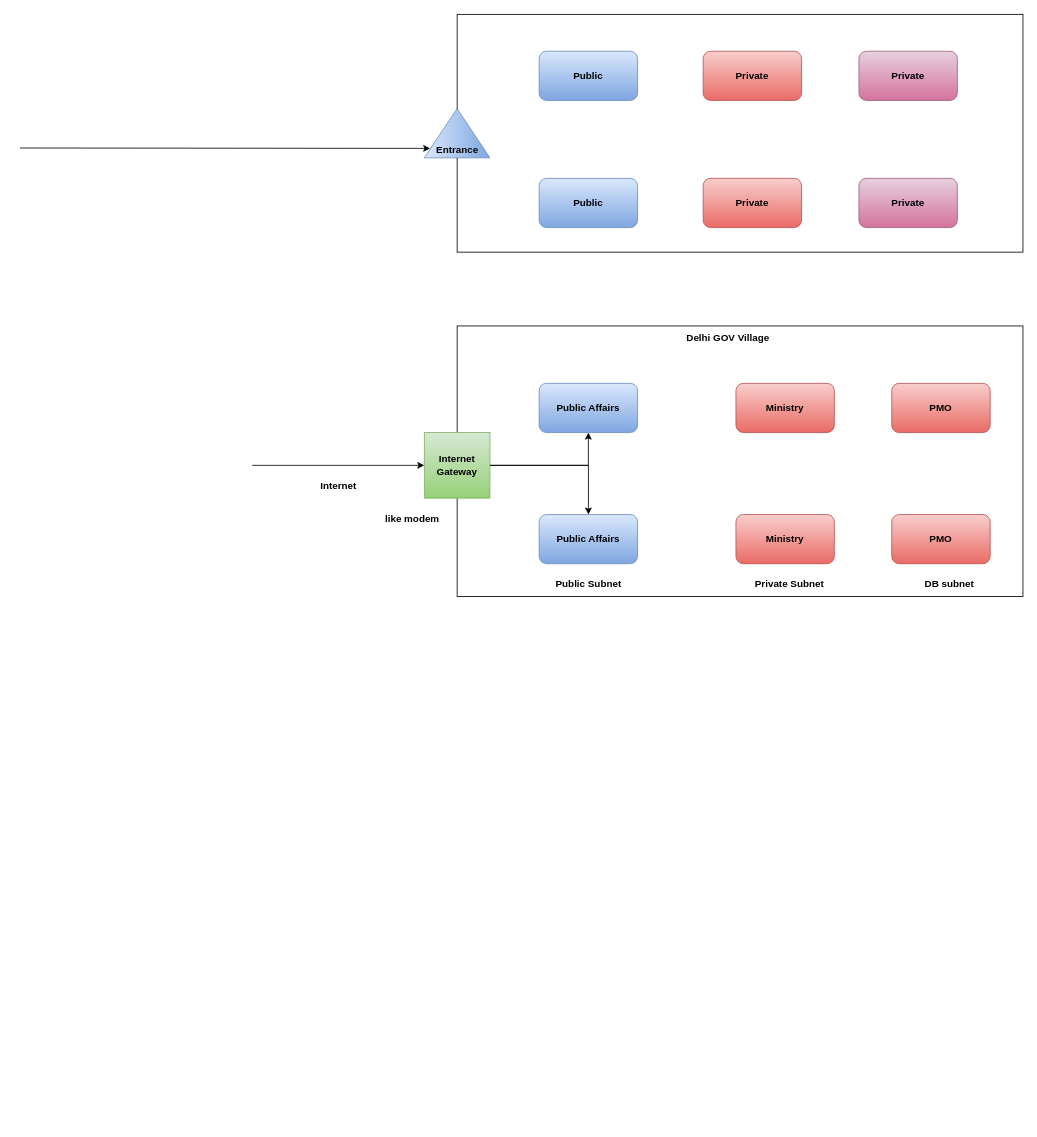
Earlier version of the draw.io diagram vpc.drawio (daws-84s/diagrams). Source tidied: cells renumbered, new cells numbered last; positions are measured from the earlier drawing's top-left corner, leaving out a move shared by most shapes. Both pictures are drawn from the tidied source at 82%, with x=0, y=0 at pixel (20, 14).
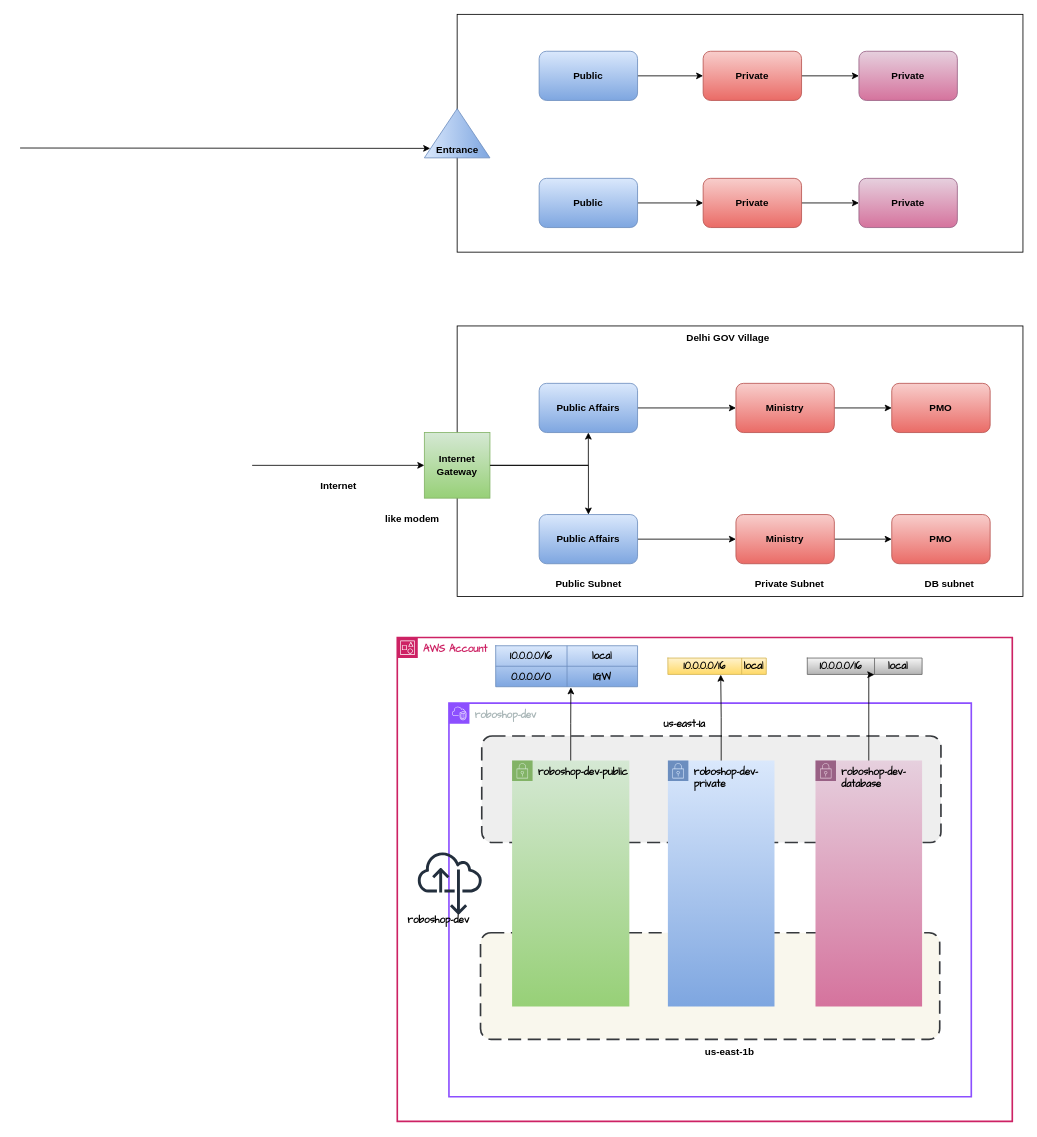
The same page after the edit.

The change refers to these unchanged cells:
```xml
<mxCell id="5" value="&lt;b&gt;Public&lt;/b&gt;" style="rounded=1;whiteSpace=wrap;html=1;fillColor=#dae8fc;gradientColor=#7ea6e0;strokeColor=#6c8ebf;" parent="1" vertex="1">
  <mxGeometry x="633" y="45" width="120" height="60" as="geometry" />
</mxCell>
<mxCell id="6" value="&lt;b&gt;Public&lt;/b&gt;" style="rounded=1;whiteSpace=wrap;html=1;fillColor=#dae8fc;gradientColor=#7ea6e0;strokeColor=#6c8ebf;" parent="1" vertex="1">
  <mxGeometry x="633" y="200" width="120" height="60" as="geometry" />
</mxCell>
<mxCell id="7" value="&lt;b&gt;Private&lt;/b&gt;" style="rounded=1;whiteSpace=wrap;html=1;fillColor=#f8cecc;gradientColor=#ea6b66;strokeColor=#b85450;" parent="1" vertex="1">
  <mxGeometry x="833" y="45" width="120" height="60" as="geometry" />
</mxCell>
<mxCell id="8" value="&lt;b&gt;Private&lt;/b&gt;" style="rounded=1;whiteSpace=wrap;html=1;fillColor=#f8cecc;gradientColor=#ea6b66;strokeColor=#b85450;" parent="1" vertex="1">
  <mxGeometry x="833" y="200" width="120" height="60" as="geometry" />
</mxCell>
<mxCell id="9" value="&lt;b&gt;Private&lt;/b&gt;" style="rounded=1;whiteSpace=wrap;html=1;fillColor=#e6d0de;gradientColor=#d5739d;strokeColor=#996185;" parent="1" vertex="1">
  <mxGeometry x="1023" y="45" width="120" height="60" as="geometry" />
</mxCell>
<mxCell id="10" value="&lt;b&gt;Private&lt;/b&gt;" style="rounded=1;whiteSpace=wrap;html=1;fillColor=#e6d0de;gradientColor=#d5739d;strokeColor=#996185;" parent="1" vertex="1">
  <mxGeometry x="1023" y="200" width="120" height="60" as="geometry" />
</mxCell>
<mxCell id="13" value="&lt;b&gt;Public Affairs&lt;/b&gt;" style="rounded=1;whiteSpace=wrap;html=1;fillColor=#dae8fc;gradientColor=#7ea6e0;strokeColor=#6c8ebf;" parent="1" vertex="1">
  <mxGeometry x="633" y="450" width="120" height="60" as="geometry" />
</mxCell>
<mxCell id="14" value="&lt;b&gt;Public Affairs&lt;/b&gt;" style="rounded=1;whiteSpace=wrap;html=1;fillColor=#dae8fc;gradientColor=#7ea6e0;strokeColor=#6c8ebf;" parent="1" vertex="1">
  <mxGeometry x="633" y="610" width="120" height="60" as="geometry" />
</mxCell>
<mxCell id="15" value="&lt;b&gt;Ministry&lt;/b&gt;" style="rounded=1;whiteSpace=wrap;html=1;fillColor=#f8cecc;gradientColor=#ea6b66;strokeColor=#b85450;" parent="1" vertex="1">
  <mxGeometry x="873" y="450" width="120" height="60" as="geometry" />
</mxCell>
<mxCell id="16" value="&lt;b&gt;Ministry&lt;/b&gt;" style="rounded=1;whiteSpace=wrap;html=1;fillColor=#f8cecc;gradientColor=#ea6b66;strokeColor=#b85450;" parent="1" vertex="1">
  <mxGeometry x="873" y="610" width="120" height="60" as="geometry" />
</mxCell>
<mxCell id="22" value="&lt;b&gt;PMO&lt;/b&gt;" style="rounded=1;whiteSpace=wrap;html=1;fillColor=#f8cecc;gradientColor=#ea6b66;strokeColor=#b85450;" parent="1" vertex="1">
  <mxGeometry x="1063" y="450" width="120" height="60" as="geometry" />
</mxCell>
<mxCell id="23" value="&lt;b&gt;PMO&lt;/b&gt;" style="rounded=1;whiteSpace=wrap;html=1;fillColor=#f8cecc;gradientColor=#ea6b66;strokeColor=#b85450;" parent="1" vertex="1">
  <mxGeometry x="1063" y="610" width="120" height="60" as="geometry" />
</mxCell>
```

What changed in the source:
```diff
@@
+    <mxCell id="29" style="edgeStyle=orthogonalEdgeStyle;rounded=0;jettySize=auto;html=1;entryX=0;entryY=0.5;entryDx=0;entryDy=0;" parent="1" edge="1" source="5" target="7">
+      <mxGeometry relative="1" as="geometry" />
+    </mxCell>
@@
+    <mxCell id="30" style="edgeStyle=orthogonalEdgeStyle;rounded=0;jettySize=auto;html=1;" parent="1" edge="1" source="6" target="8">
+      <mxGeometry relative="1" as="geometry" />
+    </mxCell>
@@
+    <mxCell id="31" style="edgeStyle=orthogonalEdgeStyle;rounded=0;jettySize=auto;html=1;entryX=0;entryY=0.5;entryDx=0;entryDy=0;" parent="1" edge="1" source="7" target="9">
+      <mxGeometry relative="1" as="geometry" />
+    </mxCell>
@@
+    <mxCell id="32" style="edgeStyle=orthogonalEdgeStyle;rounded=0;jettySize=auto;html=1;entryX=0;entryY=0.5;entryDx=0;entryDy=0;" parent="1" edge="1" source="8" target="10">
+      <mxGeometry relative="1" as="geometry" />
+    </mxCell>
@@
+    <mxCell id="33" style="edgeStyle=orthogonalEdgeStyle;rounded=0;jettySize=auto;html=1;" parent="1" edge="1" source="13" target="15">
+      <mxGeometry relative="1" as="geometry" />
+    </mxCell>
@@
+    <mxCell id="34" style="edgeStyle=orthogonalEdgeStyle;rounded=0;jettySize=auto;html=1;entryX=0;entryY=0.5;entryDx=0;entryDy=0;" parent="1" edge="1" source="14" target="16">
+      <mxGeometry relative="1" as="geometry" />
+    </mxCell>
@@
+    <mxCell id="35" style="edgeStyle=orthogonalEdgeStyle;rounded=0;jettySize=auto;html=1;entryX=0;entryY=0.5;entryDx=0;entryDy=0;" parent="1" edge="1" source="15" target="22">
+      <mxGeometry relative="1" as="geometry" />
+    </mxCell>
@@
+    <mxCell id="36" style="edgeStyle=orthogonalEdgeStyle;rounded=0;jettySize=auto;html=1;entryX=0;entryY=0.5;entryDx=0;entryDy=0;" parent="1" edge="1" source="16" target="23">
+      <mxGeometry relative="1" as="geometry" />
+    </mxCell>
@@
+    <mxCell id="37" value="&lt;font face=&quot;Comic Sans MS&quot;&gt;&lt;b&gt;AWS Account&lt;/b&gt;&lt;/font&gt;" style="gradientColor=none;html=1;whiteSpace=wrap;fontSize=12;fontStyle=0;shape=mxgraph.aws4.group;grIcon=mxgraph.aws4.group_account;strokeColor=#CD2264;fillColor=none;verticalAlign=top;align=left;spacingLeft=30;fontColor=#CD2264;dashed=0;strokeWidth=2;" parent="1" vertex="1">
+      <mxGeometry x="460" y="760" width="750" height="590" as="geometry" />
+    </mxCell>
+    <mxCell id="38" value="&lt;b&gt;&lt;font face=&quot;Comic Sans MS&quot;&gt;roboshop-dev&lt;/font&gt;&lt;/b&gt;" style="gradientColor=none;html=1;whiteSpace=wrap;fontSize=12;fontStyle=0;shape=mxgraph.aws4.group;grIcon=mxgraph.aws4.group_vpc2;strokeColor=#8C4FFF;fillColor=none;verticalAlign=top;align=left;spacingLeft=30;fontColor=#AAB7B8;dashed=0;strokeWidth=2;" parent="37" vertex="1">
+      <mxGeometry x="63" y="80" width="637" height="480" as="geometry" />
+    </mxCell>
+    <mxCell id="39" style="rounded=1;arcSize=10;dashed=1;dashPattern=8 4;strokeWidth=2;fillColor=#eeeeee;strokeColor=#36393d;" parent="38" vertex="1">
+      <mxGeometry x="40" y="40" width="560" height="130" as="geometry" />
+    </mxCell>
+    <mxCell id="40" style="rounded=1;arcSize=10;dashed=1;strokeColor=#36393d;fillColor=#f9f7ed;dashPattern=8 4;strokeWidth=2;" parent="38" vertex="1">
+      <mxGeometry x="38.5" y="280" width="560" height="130" as="geometry" />
+    </mxCell>
+    <mxCell id="41" value="&lt;b&gt;&lt;font face=&quot;Comic Sans MS&quot;&gt;roboshop-dev-public&lt;/font&gt;&lt;/b&gt;" style="points=[[0,0],[0.25,0],[0.5,0],[0.75,0],[1,0],[1,0.25],[1,0.5],[1,0.75],[1,1],[0.75,1],[0.5,1],[0.25,1],[0,1],[0,0.75],[0,0.5],[0,0.25]];outlineConnect=0;gradientColor=#97d077;html=1;whiteSpace=wrap;fontSize=12;fontStyle=0;shape=mxgraph.aws4.group;grIcon=mxgraph.aws4.group_security_group;grStroke=0;strokeColor=#82b366;fillColor=#d5e8d4;verticalAlign=top;align=left;spacingLeft=30;strokeWidth=2;" parent="38" vertex="1">
+      <mxGeometry x="77" y="70" width="143" height="300" as="geometry" />
+    </mxCell>
+    <mxCell id="42" value="&lt;b&gt;&lt;font face=&quot;Comic Sans MS&quot;&gt;roboshop-dev-private&lt;/font&gt;&lt;/b&gt;" style="points=[[0,0],[0.25,0],[0.5,0],[0.75,0],[1,0],[1,0.25],[1,0.5],[1,0.75],[1,1],[0.75,1],[0.5,1],[0.25,1],[0,1],[0,0.75],[0,0.5],[0,0.25]];outlineConnect=0;gradientColor=#7ea6e0;html=1;whiteSpace=wrap;fontSize=12;fontStyle=0;shape=mxgraph.aws4.group;grIcon=mxgraph.aws4.group_security_group;grStroke=0;strokeColor=#6c8ebf;fillColor=#dae8fc;verticalAlign=top;align=left;spacingLeft=30;dashed=0;strokeWidth=2;" parent="38" vertex="1">
+      <mxGeometry x="267" y="70" width="130" height="300" as="geometry" />
+    </mxCell>
+    <mxCell id="43" value="&lt;b&gt;&lt;font face=&quot;Comic Sans MS&quot;&gt;roboshop-dev-database&lt;/font&gt;&lt;/b&gt;" style="points=[[0,0],[0.25,0],[0.5,0],[0.75,0],[1,0],[1,0.25],[1,0.5],[1,0.75],[1,1],[0.75,1],[0.5,1],[0.25,1],[0,1],[0,0.75],[0,0.5],[0,0.25]];outlineConnect=0;gradientColor=#d5739d;html=1;whiteSpace=wrap;fontSize=12;fontStyle=0;shape=mxgraph.aws4.group;grIcon=mxgraph.aws4.group_security_group;grStroke=0;strokeColor=#996185;fillColor=#e6d0de;verticalAlign=top;align=left;spacingLeft=30;dashed=0;strokeWidth=2;" parent="38" vertex="1">
+      <mxGeometry x="447" y="70" width="130" height="300" as="geometry" />
+    </mxCell>
+    <mxCell id="44" value="&lt;b&gt;&lt;font face=&quot;Comic Sans MS&quot;&gt;us-east-1a&lt;/font&gt;&lt;/b&gt;" style="text;html=1;align=center;verticalAlign=middle;strokeColor=none;fillColor=none;" parent="38" vertex="1">
+      <mxGeometry x="242" y="10" width="90" height="30" as="geometry" />
+    </mxCell>
+    <mxCell id="45" value="&lt;b&gt;us-east-1b&lt;/b&gt;" style="text;html=1;align=center;verticalAlign=middle;strokeColor=none;fillColor=none;" parent="38" vertex="1">
+      <mxGeometry x="302" y="410" width="80" height="30" as="geometry" />
+    </mxCell>
+    <mxCell id="46" style="sketch=0;fontColor=#232F3E;gradientColor=none;fillColor=#232F3D;strokeColor=none;dashed=0;verticalLabelPosition=bottom;verticalAlign=top;align=center;html=1;fontSize=12;fontStyle=0;shape=mxgraph.aws4.internet_alt22;" parent="38" vertex="1">
+      <mxGeometry x="-38" y="180" width="78" height="78" as="geometry" />
+    </mxCell>
+    <mxCell id="47" style="shape=table;startSize=0;childLayout=tableLayout;fillColor=#dae8fc;gradientColor=#7ea6e0;strokeColor=#6c8ebf;" parent="37" vertex="1">
+      <mxGeometry x="120" y="10" width="173" height="50" as="geometry" />
+    </mxCell>
+    <mxCell id="48" style="shape=tableRow;horizontal=0;startSize=0;swimlaneHead=0;swimlaneBody=0;strokeColor=inherit;top=0;left=0;bottom=0;right=0;fillColor=none;" parent="47" vertex="1">
+      <mxGeometry width="173" height="25" as="geometry" />
+    </mxCell>
+    <mxCell id="49" value="&lt;font face=&quot;Comic Sans MS&quot;&gt;10.0.0.0/16&lt;/font&gt;" style="shape=partialRectangle;html=1;whiteSpace=wrap;strokeColor=inherit;overflow=hidden;fillColor=none;top=0;left=0;bottom=0;right=0;fontStyle=1;" parent="48" vertex="1">
+      <mxGeometry width="87" height="25" as="geometry" />
+    </mxCell>
+    <mxCell id="50" value="&lt;b&gt;&lt;font face=&quot;Comic Sans MS&quot;&gt;local&lt;/font&gt;&lt;/b&gt;" style="shape=partialRectangle;html=1;whiteSpace=wrap;strokeColor=inherit;overflow=hidden;fillColor=none;top=0;left=0;bottom=0;right=0;" parent="48" vertex="1">
+      <mxGeometry x="87" width="86" height="25" as="geometry" />
+    </mxCell>
+    <mxCell id="51" style="shape=tableRow;horizontal=0;startSize=0;swimlaneHead=0;swimlaneBody=0;strokeColor=inherit;top=0;left=0;bottom=0;right=0;fillColor=none;points=[[0,0.5],[1,0.5]];portConstraint=eastwest;fontStyle=1;" parent="47" vertex="1">
+      <mxGeometry y="25" width="173" height="25" as="geometry" />
+    </mxCell>
+    <mxCell id="52" value="&lt;font face=&quot;Comic Sans MS&quot;&gt;0.0.0.0/0&lt;/font&gt;" style="shape=partialRectangle;html=1;whiteSpace=wrap;strokeColor=inherit;overflow=hidden;fillColor=none;top=0;left=0;bottom=0;right=0;fontStyle=1;" parent="51" vertex="1">
+      <mxGeometry width="87" height="25" as="geometry" />
+    </mxCell>
+    <mxCell id="53" value="&lt;font face=&quot;Comic Sans MS&quot;&gt;IGW&lt;/font&gt;" style="shape=partialRectangle;html=1;whiteSpace=wrap;strokeColor=inherit;overflow=hidden;fillColor=none;top=0;left=0;bottom=0;right=0;fontStyle=1;" parent="51" vertex="1">
+      <mxGeometry x="87" width="86" height="25" as="geometry" />
+    </mxCell>
+    <mxCell id="54" style="shape=table;startSize=0;childLayout=tableLayout;fillColor=#fff2cc;gradientColor=#ffd966;strokeColor=#d6b656;" parent="37" vertex="1">
+      <mxGeometry x="330" y="25" width="120" height="20" as="geometry" />
+    </mxCell>
+    <mxCell id="55" style="shape=tableRow;horizontal=0;startSize=0;swimlaneHead=0;swimlaneBody=0;strokeColor=inherit;top=0;left=0;bottom=0;right=0;fillColor=none;points=[[0,0.5],[1,0.5]];portConstraint=eastwest;" parent="54" vertex="1">
+      <mxGeometry width="120" height="20" as="geometry" />
+    </mxCell>
+    <mxCell id="56" value="&lt;b&gt;&lt;font face=&quot;Comic Sans MS&quot;&gt;10.0.0.0/16&lt;/font&gt;&lt;/b&gt;" style="shape=partialRectangle;html=1;whiteSpace=wrap;strokeColor=inherit;overflow=hidden;fillColor=none;top=0;left=0;bottom=0;right=0;" parent="55" vertex="1">
+      <mxGeometry width="90" height="20" as="geometry" />
+    </mxCell>
+    <mxCell id="57" value="&lt;b&gt;&lt;font face=&quot;Comic Sans MS&quot;&gt;local&lt;/font&gt;&lt;/b&gt;" style="shape=partialRectangle;html=1;whiteSpace=wrap;strokeColor=inherit;overflow=hidden;fillColor=none;top=0;left=0;bottom=0;right=0;" parent="55" vertex="1">
+      <mxGeometry x="90" width="30" height="20" as="geometry" />
+    </mxCell>
+    <mxCell id="58" style="shape=table;startSize=0;childLayout=tableLayout;fillColor=#f5f5f5;gradientColor=#b3b3b3;strokeColor=#666666;" parent="37" vertex="1">
+      <mxGeometry x="500" y="25" width="140" height="20" as="geometry" />
+    </mxCell>
+    <mxCell id="59" style="shape=tableRow;horizontal=0;startSize=0;swimlaneHead=0;swimlaneBody=0;strokeColor=inherit;top=0;left=0;bottom=0;right=0;fillColor=none;points=[[0,0.5],[1,0.5]];portConstraint=eastwest;" parent="58" vertex="1">
+      <mxGeometry width="140" height="20" as="geometry" />
+    </mxCell>
+    <mxCell id="60" value="&lt;b&gt;&lt;font face=&quot;Comic Sans MS&quot;&gt;10.0.0.0/16&lt;/font&gt;&lt;/b&gt;" style="shape=partialRectangle;html=1;whiteSpace=wrap;strokeColor=inherit;overflow=hidden;fillColor=none;top=0;left=0;bottom=0;right=0;" parent="59" vertex="1">
+      <mxGeometry width="82" height="20" as="geometry" />
+    </mxCell>
+    <mxCell id="61" value="&lt;b&gt;&lt;font face=&quot;Comic Sans MS&quot;&gt;local&lt;/font&gt;&lt;/b&gt;" style="shape=partialRectangle;html=1;whiteSpace=wrap;strokeColor=inherit;overflow=hidden;fillColor=none;top=0;left=0;bottom=0;right=0;" parent="59" vertex="1">
+      <mxGeometry x="82" width="58" height="20" as="geometry" />
+    </mxCell>
+    <mxCell id="62" style="edgeStyle=orthogonalEdgeStyle;rounded=0;jettySize=auto;html=1;entryX=0.53;entryY=1.03;entryDx=0;entryDy=0;entryPerimeter=0;flowAnimation=1;" parent="37" edge="1" source="41" target="51">
+      <mxGeometry relative="1" as="geometry" />
+    </mxCell>
+    <mxCell id="63" style="edgeStyle=orthogonalEdgeStyle;rounded=0;jettySize=auto;html=1;entryX=0.537;entryY=1.014;entryDx=0;entryDy=0;entryPerimeter=0;flowAnimation=1;" parent="37" edge="1" source="42" target="55">
+      <mxGeometry relative="1" as="geometry" />
+    </mxCell>
+    <mxCell id="64" style="edgeStyle=orthogonalEdgeStyle;rounded=0;jettySize=auto;html=1;entryX=0.584;entryY=1.014;entryDx=0;entryDy=0;entryPerimeter=0;flowAnimation=1;" parent="37" edge="1" source="43" target="59">
+      <mxGeometry relative="1" as="geometry">
+        <Array as="points">
+          <mxPoint x="575" y="45" />
+        </Array>
+      </mxGeometry>
+    </mxCell>
+    <mxCell id="65" value="&lt;h3&gt;&lt;br&gt;&lt;/h3&gt;" style="text;html=1;align=center;verticalAlign=middle;strokeColor=none;fillColor=none;" parent="37" vertex="1">
+      <mxGeometry x="35" y="323" width="20" height="60" as="geometry" />
+    </mxCell>
+    <mxCell id="66" value="&lt;b&gt;&lt;font face=&quot;Comic Sans MS&quot;&gt;roboshop-dev&lt;/font&gt;&lt;/b&gt;" style="text;html=1;align=center;verticalAlign=middle;strokeColor=none;fillColor=none;" parent="37" vertex="1">
+      <mxGeometry y="330" width="100" height="30" as="geometry" />
+    </mxCell>
+    <mxCell id="67" style="shape=table;startSize=0;childLayout=tableLayout;fontSize=11;fillColor=none;strokeColor=none;" parent="1" vertex="1">
+      <mxGeometry x="720" y="1140" width="60" height="60" as="geometry" />
+    </mxCell>
```
